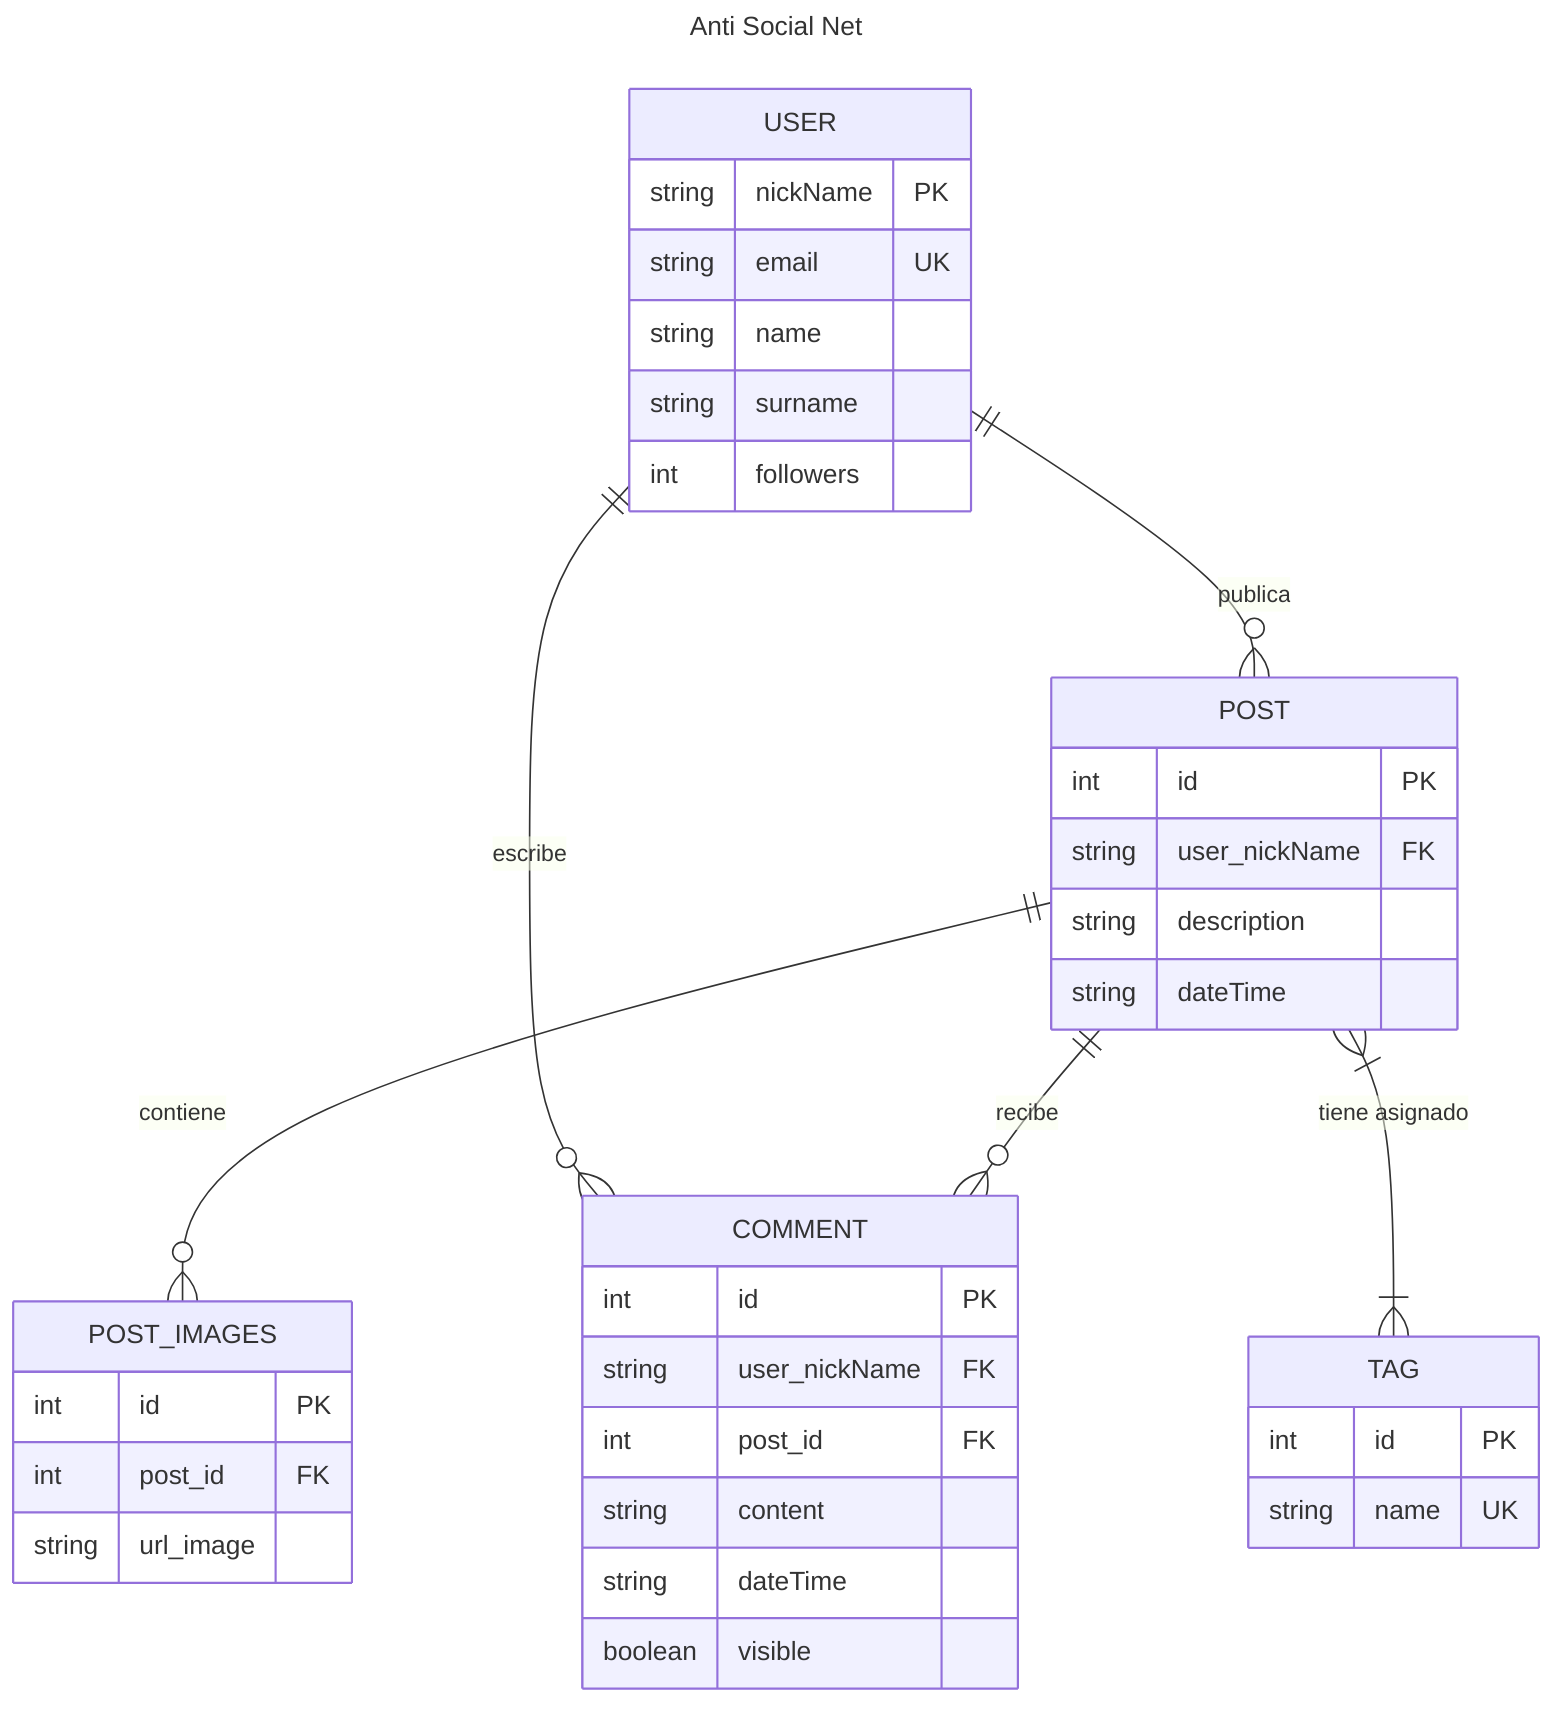
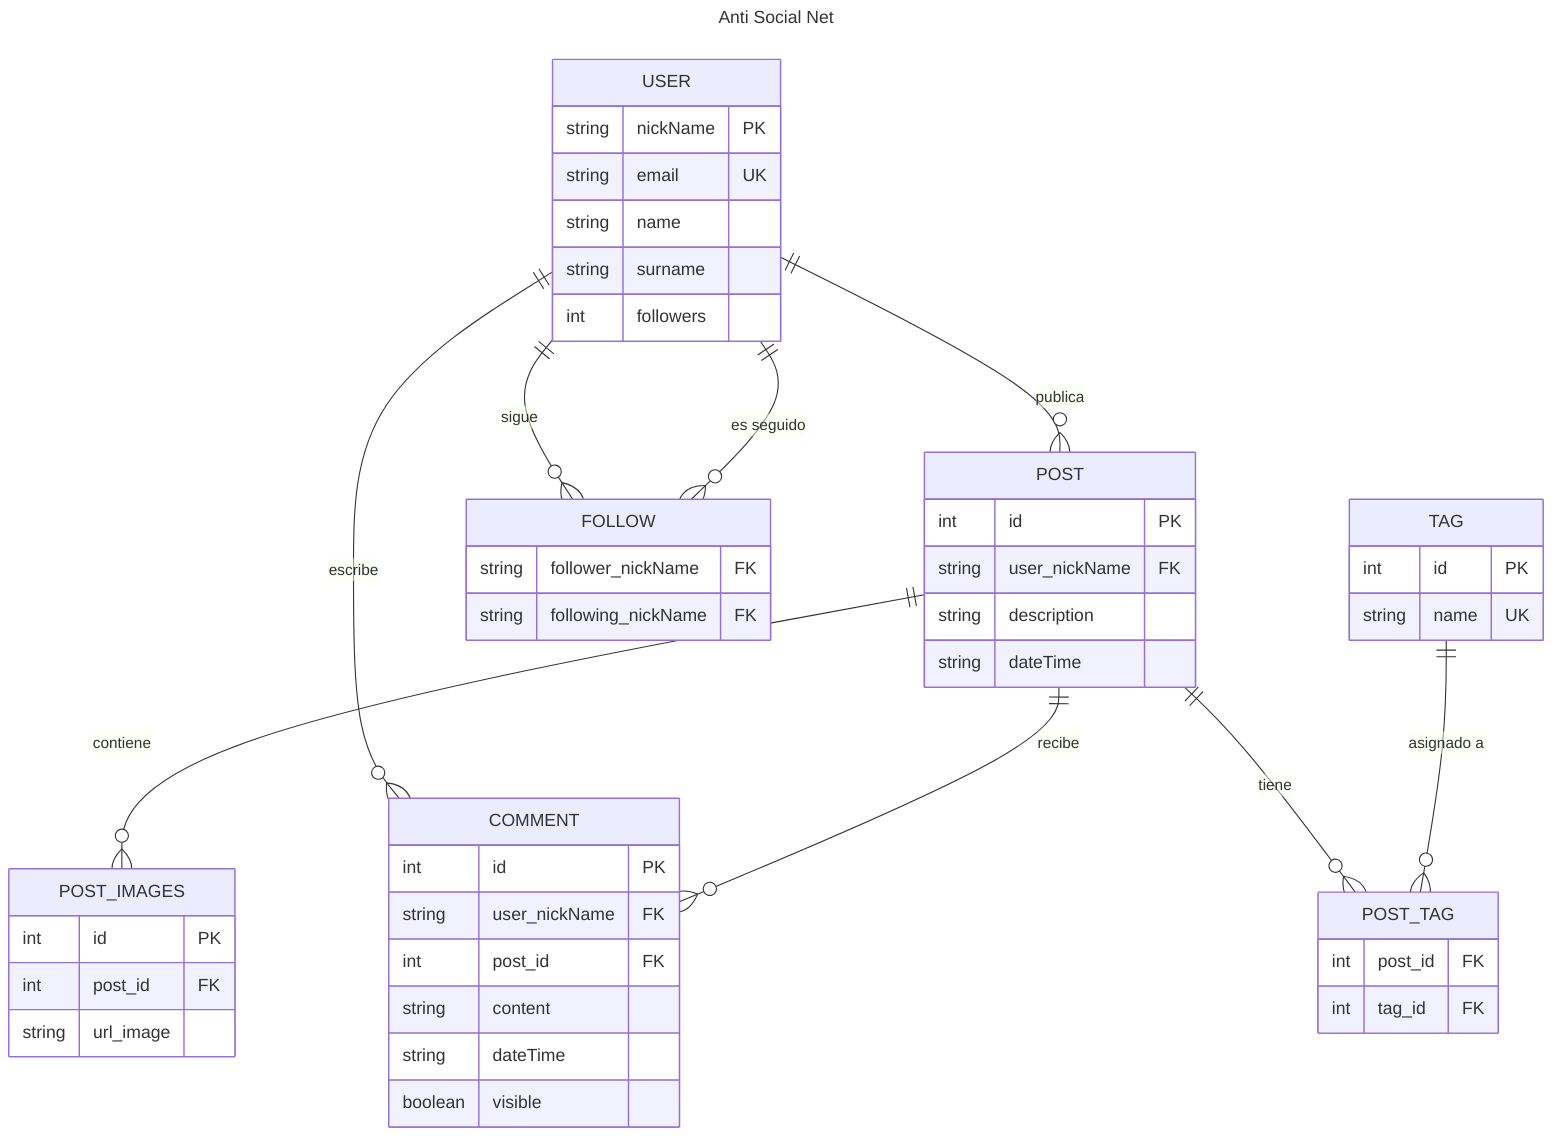
---
title: Anti Social Net
---
erDiagram
    USER ||--o{ POST : "publica"
    USER ||--o{ COMMENT : "escribe"
+     USER ||--o{ FOLLOW : "sigue"
+     USER ||--o{ FOLLOW : "es seguido"
    POST ||--o{ POST_IMAGES : "contiene"
    POST ||--o{ COMMENT : "recibe"
-     POST }|--|{ TAG : "tiene asignado"
+     POST ||--o{ POST_TAG : "tiene"
+     TAG ||--o{ POST_TAG : "asignado a"

    USER {
        string nickName PK
        string email UK
        string name
        string surname
        int followers
    }

    POST {
        int id PK
        string user_nickName FK
        string description
        string dateTime
    }

    POST_IMAGES {
        int id PK
        int post_id FK
        string url_image
    }

    COMMENT {
        int id PK
        string user_nickName FK
        int post_id FK
        string content
        string dateTime
        boolean visible
    }

    TAG {
        int id PK
        string name UK
    }
+ 
+     POST_TAG {
+         int post_id FK
+         int tag_id FK
+     }
+ 
+     FOLLOW {
+         string follower_nickName FK
+         string following_nickName FK
+     }
